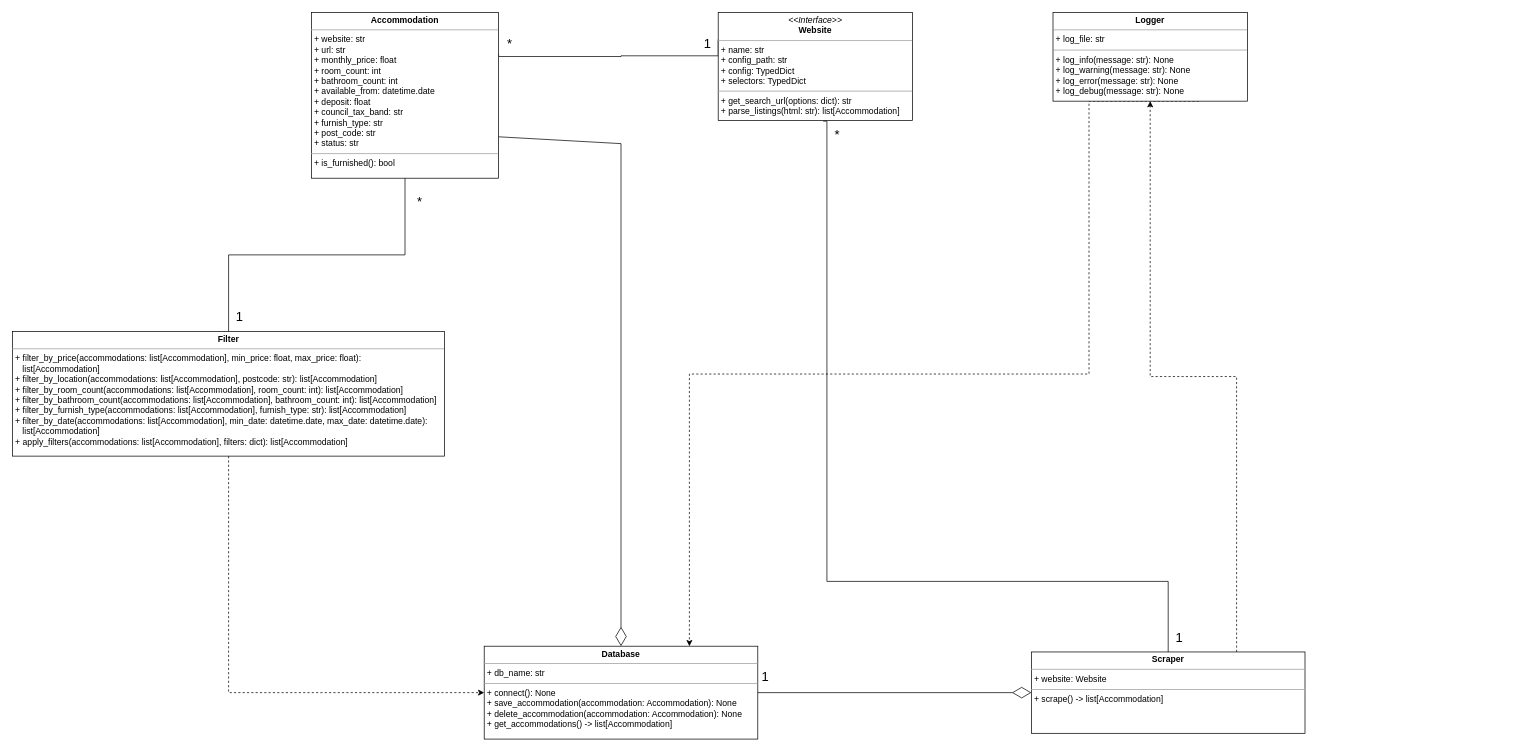
Adam-Calleja/rightmove_web_scraper keeps this draw.io diagram as UML Diagram.drawio. Above is the earlier version. Source tidied: cells renumbered, new cells numbered last; positions are measured from the earlier drawing's top-left corner, leaving out a move shared by most shapes. Both pictures are drawn from the tidied source at 72%, with x=0, y=0 at pixel (12, 12).
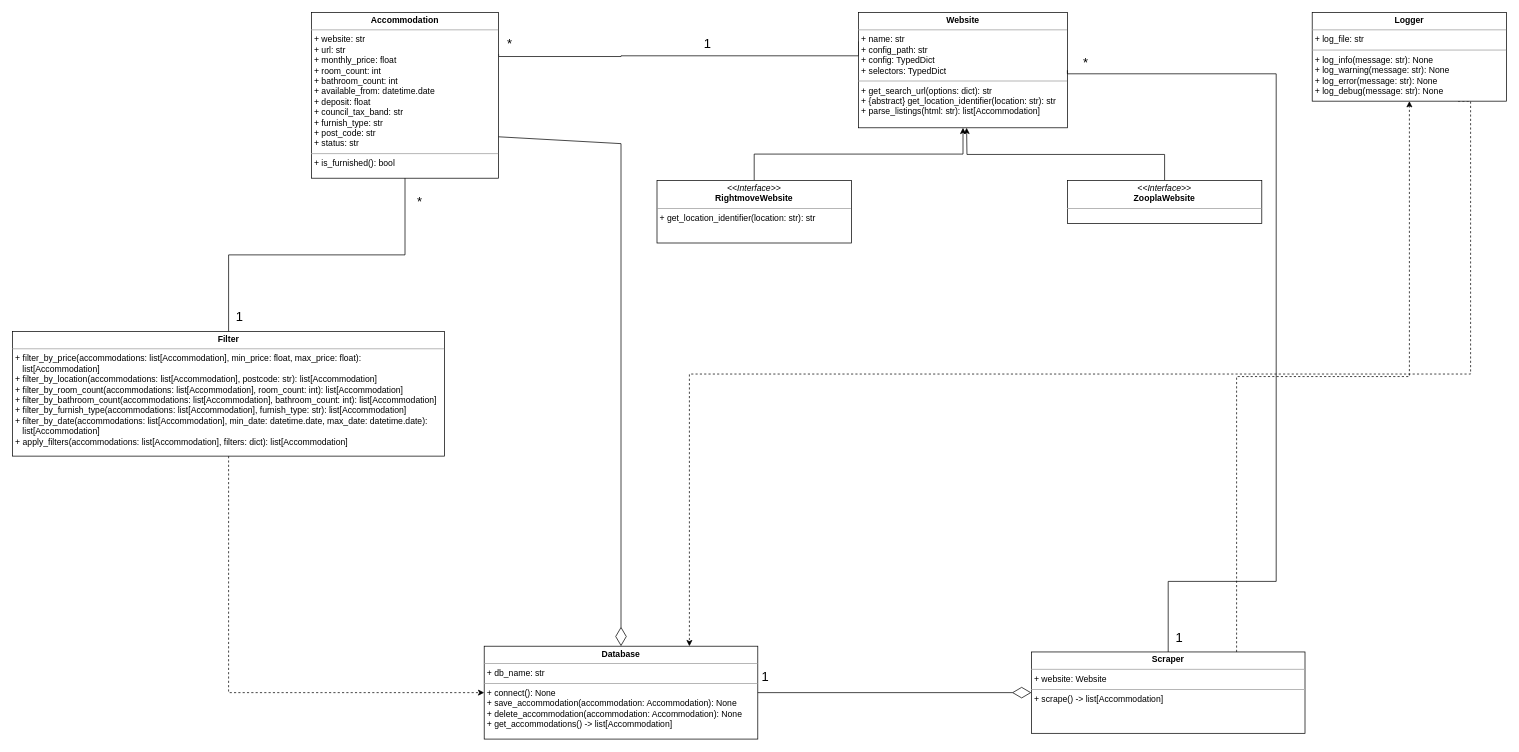
The same page after the edit.

Commit message:
Modify the design of the Website class

Modified the design of the Website class to be an abstract
base class for the two classes:

	- RightmoveWebsite
	- ZooplaWebsite

Therefore, the initial version of this project will support
only the Rightmove and zoopla websites.

The RightmoveWebsite subclass will override the get_location_identifier
method, while the ZooplaWebsite subclass will use the base
implementation.

Unchanged cells that the change refers to:
```xml
<mxCell id="10" value="&lt;p style=&quot;margin:0px;margin-top:4px;text-align:center;&quot;&gt;&lt;b&gt;Database&lt;/b&gt;&lt;/p&gt;&lt;hr size=&quot;1&quot;&gt;&lt;p style=&quot;margin:0px;margin-left:4px;&quot;&gt;+&amp;nbsp;&lt;span style=&quot;caret-color: rgb(0, 0, 0); text-wrap-mode: wrap; background-color: transparent; color: light-dark(rgb(0, 0, 0), rgb(255, 255, 255));&quot;&gt;db_name: str&lt;/span&gt;&lt;br&gt;&lt;/p&gt;&lt;hr size=&quot;1&quot;&gt;&lt;p style=&quot;margin:0px;margin-left:4px;&quot;&gt;+&amp;nbsp;&lt;span style=&quot;caret-color: rgb(0, 0, 0); text-wrap-mode: wrap; background-color: transparent; color: light-dark(rgb(0, 0, 0), rgb(255, 255, 255));&quot;&gt;connect(): None&lt;/span&gt;&lt;/p&gt;&lt;p style=&quot;margin:0px;margin-left:4px;&quot;&gt;+&amp;nbsp;&lt;span style=&quot;caret-color: rgb(0, 0, 0); text-wrap-mode: wrap; background-color: transparent; color: light-dark(rgb(0, 0, 0), rgb(255, 255, 255));&quot;&gt;save_accommodation(accommodation: Accommodation): None&lt;/span&gt;&lt;/p&gt;&lt;p style=&quot;margin:0px;margin-left:4px;&quot;&gt;&lt;span style=&quot;caret-color: rgb(0, 0, 0); text-wrap-mode: wrap; background-color: transparent; color: light-dark(rgb(0, 0, 0), rgb(255, 255, 255));&quot;&gt;+ delete&lt;/span&gt;&lt;span style=&quot;caret-color: rgb(0, 0, 0); text-wrap-mode: wrap; background-color: transparent; color: light-dark(rgb(0, 0, 0), rgb(255, 255, 255));&quot;&gt;_accommodation(accommodation: Accommodation): None&lt;/span&gt;&lt;/p&gt;&lt;p style=&quot;margin:0px;margin-left:4px;&quot;&gt;+&amp;nbsp;&lt;span style=&quot;caret-color: rgb(0, 0, 0); text-wrap-mode: wrap; background-color: transparent; color: light-dark(rgb(0, 0, 0), rgb(255, 255, 255));&quot;&gt;get_accommodations() -&amp;gt; list[Accommodation]&lt;/span&gt;&lt;/p&gt;&lt;p style=&quot;margin:0px;margin-left:4px;&quot;&gt;&lt;br&gt;&lt;/p&gt;" style="verticalAlign=top;align=left;overflow=fill;fontSize=12;fontFamily=Helvetica;html=1;rounded=0;shadow=0;comic=0;labelBackgroundColor=none;strokeWidth=1;" parent="1" vertex="1">
  <mxGeometry x="655" y="880" width="380" height="129" as="geometry" />
</mxCell>
<mxCell id="12" value="&lt;p style=&quot;margin:0px;margin-top:4px;text-align:center;&quot;&gt;&lt;b&gt;Scraper&lt;/b&gt;&lt;/p&gt;&lt;hr size=&quot;1&quot;&gt;&lt;p style=&quot;margin:0px;margin-left:4px;&quot;&gt;+ &lt;span style=&quot;text-wrap-mode: wrap;&quot;&gt;website: Website&lt;/span&gt;&lt;br&gt;&lt;/p&gt;&lt;hr size=&quot;1&quot;&gt;&lt;p style=&quot;margin:0px;margin-left:4px;&quot;&gt;+&amp;nbsp;&lt;span style=&quot;caret-color: rgb(0, 0, 0); text-wrap-mode: wrap; background-color: transparent; color: light-dark(rgb(0, 0, 0), rgb(255, 255, 255));&quot;&gt;scrape() -&amp;gt; list[Accommodation]&lt;/span&gt;&lt;/p&gt;&lt;p style=&quot;margin:0px;margin-left:4px;&quot;&gt;&lt;br&gt;&lt;/p&gt;" style="verticalAlign=top;align=left;overflow=fill;fontSize=12;fontFamily=Helvetica;html=1;rounded=0;shadow=0;comic=0;labelBackgroundColor=none;strokeWidth=1;" parent="1" vertex="1">
  <mxGeometry x="1415" y="888" width="380" height="113" as="geometry" />
</mxCell>
```

What changed in the source:
```diff
@@
-    <mxCell id="4" value="&lt;p style=&quot;margin:0px;margin-top:4px;text-align:center;&quot;&gt;&lt;i&gt;&amp;lt;&amp;lt;Interface&amp;gt;&amp;gt;&lt;/i&gt;&lt;br&gt;&lt;b&gt;Website&lt;/b&gt;&lt;/p&gt;&lt;hr size=&quot;1&quot;&gt;&lt;p style=&quot;margin:0px;margin-left:4px;&quot;&gt;+ name: str&lt;br&gt;+ config_path: str&lt;/p&gt;&lt;p style=&quot;margin:0px;margin-left:4px;&quot;&gt;&lt;span style=&quot;background-color: transparent; color: light-dark(rgb(0, 0, 0), rgb(255, 255, 255));&quot;&gt;+ config: TypedDict&lt;/span&gt;&lt;/p&gt;&lt;p style=&quot;margin:0px;margin-left:4px;&quot;&gt;&lt;span style=&quot;background-color: transparent; color: light-dark(rgb(0, 0, 0), rgb(255, 255, 255));&quot;&gt;+ selectors: TypedDict&lt;/span&gt;&lt;/p&gt;&lt;hr size=&quot;1&quot;&gt;&lt;p style=&quot;margin:0px;margin-left:4px;&quot;&gt;+ get_search_url(options: dict): str&lt;/p&gt;&lt;p style=&quot;margin:0px;margin-left:4px;&quot;&gt;+ parse_listings(html: str): list[Accommodation]&lt;br&gt;&lt;br&gt;&lt;/p&gt;" style="verticalAlign=top;align=left;overflow=fill;fontSize=12;fontFamily=Helvetica;html=1;rounded=0;shadow=0;comic=0;labelBackgroundColor=none;strokeWidth=1;" parent="1" vertex="1">
-      <mxGeometry x="980" width="270" height="150" as="geometry" />
+    <mxCell id="4" value="&lt;p style=&quot;margin:0px;margin-top:4px;text-align:center;&quot;&gt;&lt;b&gt;Website&lt;/b&gt;&lt;/p&gt;&lt;hr size=&quot;1&quot;&gt;&lt;p style=&quot;margin:0px;margin-left:4px;&quot;&gt;+ name: str&lt;br&gt;+ config_path: str&lt;/p&gt;&lt;p style=&quot;margin:0px;margin-left:4px;&quot;&gt;&lt;span style=&quot;background-color: transparent; color: light-dark(rgb(0, 0, 0), rgb(255, 255, 255));&quot;&gt;+ config: TypedDict&lt;/span&gt;&lt;/p&gt;&lt;p style=&quot;margin:0px;margin-left:4px;&quot;&gt;&lt;span style=&quot;background-color: transparent; color: light-dark(rgb(0, 0, 0), rgb(255, 255, 255));&quot;&gt;+ selectors: TypedDict&lt;/span&gt;&lt;/p&gt;&lt;hr size=&quot;1&quot;&gt;&lt;p style=&quot;margin:0px;margin-left:4px;&quot;&gt;+ get_search_url(options: dict): str&lt;/p&gt;&lt;p style=&quot;margin:0px;margin-left:4px;&quot;&gt;+ {abstract} get_location_identifier(location: str): str&lt;/p&gt;&lt;p style=&quot;margin:0px;margin-left:4px;&quot;&gt;+ parse_listings(html: str): list[Accommodation]&lt;br&gt;&lt;/p&gt;" style="verticalAlign=top;align=left;overflow=fill;fontSize=12;fontFamily=Helvetica;html=1;rounded=0;shadow=0;comic=0;labelBackgroundColor=none;strokeWidth=1;" parent="1" vertex="1">
+      <mxGeometry x="1175" width="290" height="160" as="geometry" />
     </mxCell>
     <mxCell id="5" style="edgeStyle=orthogonalEdgeStyle;rounded=0;jettySize=auto;html=1;exitX=0.75;exitY=1;exitDx=0;exitDy=0;entryX=0.75;entryY=0;entryDx=0;entryDy=0;dashed=1;" parent="1" edge="1" source="6" target="10">
       <mxGeometry relative="1" as="geometry">
         <Array as="points">
-          <mxPoint x="1495" y="123" />
-          <mxPoint x="1495" y="502" />
+          <mxPoint x="2025" y="123" />
+          <mxPoint x="2025" y="502" />
           <mxPoint x="940" y="502" />
         </Array>
       </mxGeometry>
     </mxCell>
     <mxCell id="6" value="&lt;p style=&quot;margin:0px;margin-top:4px;text-align:center;&quot;&gt;&lt;b&gt;Logger&lt;/b&gt;&lt;/p&gt;&lt;hr size=&quot;1&quot;&gt;&lt;p style=&quot;margin:0px;margin-left:4px;&quot;&gt;+ log_file: str&lt;br&gt;&lt;/p&gt;&lt;hr size=&quot;1&quot;&gt;&lt;p style=&quot;margin:0px;margin-left:4px;&quot;&gt;+ log_info(message: str): None&lt;/p&gt;&lt;p style=&quot;margin:0px;margin-left:4px;&quot;&gt;+ log_warning(message: str): None&lt;/p&gt;&lt;p style=&quot;margin:0px;margin-left:4px;&quot;&gt;+ log_error(message: str): None&lt;/p&gt;&lt;p style=&quot;margin:0px;margin-left:4px;&quot;&gt;+ log_debug(message: str): None&lt;/p&gt;&lt;p style=&quot;margin:0px;margin-left:4px;&quot;&gt;&lt;br&gt;&lt;/p&gt;" style="verticalAlign=top;align=left;overflow=fill;fontSize=12;fontFamily=Helvetica;html=1;rounded=0;shadow=0;comic=0;labelBackgroundColor=none;strokeWidth=1;" parent="1" vertex="1">
-      <mxGeometry x="1445" width="270" height="123" as="geometry" />
+      <mxGeometry x="1805" width="270" height="123" as="geometry" />
     </mxCell>
@@
-    <mxCell id="13" style="edgeStyle=orthogonalEdgeStyle;rounded=0;jettySize=auto;html=1;entryX=0.54;entryY=1.005;entryDx=0;entryDy=0;entryPerimeter=0;endArrow=none;startFill=0;exitX=0.5;exitY=0;exitDx=0;exitDy=0;" parent="1" edge="1" source="12" target="4">
+    <mxCell id="13" style="edgeStyle=orthogonalEdgeStyle;rounded=0;jettySize=auto;html=1;entryX=1;entryY=0.5;entryDx=0;entryDy=0;endArrow=none;startFill=0;exitX=0.5;exitY=0;exitDx=0;exitDy=0;" parent="1" edge="1" source="12" target="4">
       <mxGeometry relative="1" as="geometry">
         <Array as="points">
           <mxPoint x="1605" y="790" />
-          <mxPoint x="1131" y="790" />
+          <mxPoint x="1755" y="790" />
+          <mxPoint x="1755" y="85" />
         </Array>
       </mxGeometry>
     </mxCell>
@@
     <mxCell id="17" value="&lt;font style=&quot;font-size: 18px;&quot;&gt;*&lt;/font&gt;" style="text;html=1;align=center;verticalAlign=middle;strokeColor=none;fillColor=none;" parent="1" vertex="1">
-      <mxGeometry x="1130" y="150" width="30" height="40" as="geometry" />
+      <mxGeometry x="1475" y="50" width="30" height="40" as="geometry" />
     </mxCell>
@@
+    <mxCell id="23" style="edgeStyle=orthogonalEdgeStyle;rounded=0;jettySize=auto;html=1;exitX=0.5;exitY=0;exitDx=0;exitDy=0;entryX=0.5;entryY=1;entryDx=0;entryDy=0;" parent="1" edge="1" source="24" target="4">
+      <mxGeometry relative="1" as="geometry" />
+    </mxCell>
+    <mxCell id="24" value="&lt;p style=&quot;margin:0px;margin-top:4px;text-align:center;&quot;&gt;&lt;i&gt;&amp;lt;&amp;lt;Interface&amp;gt;&amp;gt;&lt;/i&gt;&lt;br&gt;&lt;b&gt;RightmoveWebsite&lt;/b&gt;&lt;/p&gt;&lt;hr size=&quot;1&quot;&gt;&lt;p style=&quot;margin:0px;margin-left:4px;&quot;&gt;&lt;span style=&quot;background-color: transparent; color: light-dark(rgb(0, 0, 0), rgb(255, 255, 255));&quot;&gt;+ get_location_identifier(location: str): str&lt;/span&gt;&lt;/p&gt;&lt;p style=&quot;margin:0px;margin-left:4px;&quot;&gt;&lt;br&gt;&lt;/p&gt;" style="verticalAlign=top;align=left;overflow=fill;fontSize=12;fontFamily=Helvetica;html=1;rounded=0;shadow=0;comic=0;labelBackgroundColor=none;strokeWidth=1;" parent="1" vertex="1">
+      <mxGeometry x="895" y="233" width="270" height="87" as="geometry" />
+    </mxCell>
+    <mxCell id="25" style="edgeStyle=orthogonalEdgeStyle;rounded=0;jettySize=auto;html=1;exitX=0.5;exitY=0;exitDx=0;exitDy=0;" parent="1" edge="1" source="26">
+      <mxGeometry relative="1" as="geometry">
+        <mxPoint x="1325" y="160" as="targetPoint" />
+      </mxGeometry>
+    </mxCell>
+    <mxCell id="26" value="&lt;p style=&quot;margin:0px;margin-top:4px;text-align:center;&quot;&gt;&lt;i&gt;&amp;lt;&amp;lt;Interface&amp;gt;&amp;gt;&lt;/i&gt;&lt;br&gt;&lt;b&gt;ZooplaWebsite&lt;/b&gt;&lt;/p&gt;&lt;hr size=&quot;1&quot;&gt;&lt;p style=&quot;margin:0px;margin-left:4px;&quot;&gt;&lt;br&gt;&lt;/p&gt;" style="verticalAlign=top;align=left;overflow=fill;fontSize=12;fontFamily=Helvetica;html=1;rounded=0;shadow=0;comic=0;labelBackgroundColor=none;strokeWidth=1;" parent="1" vertex="1">
+      <mxGeometry x="1465" y="233" width="270" height="60" as="geometry" />
+    </mxCell>
```
